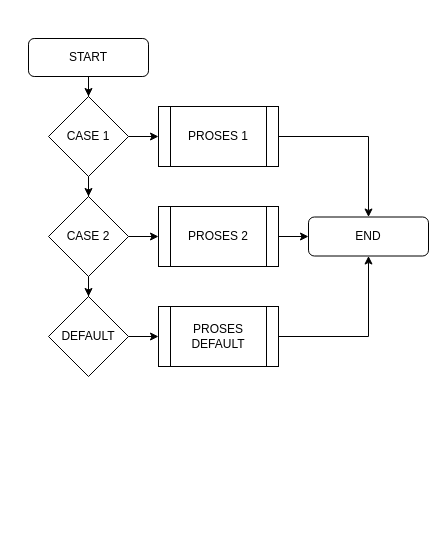
This is Switch Case.drawio from kusmadi/flowchart, a draw.io file, before an edit. Source tidied: cells renumbered, new cells numbered last; positions are measured from the earlier drawing's top-left corner, leaving out a move shared by most shapes. Both pictures are drawn from the tidied source at 100%, with x=0, y=0 at pixel (28, 38).
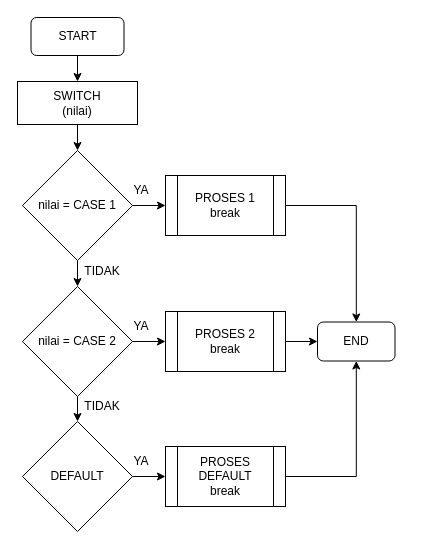
The same diagram, later.

Diff of the diagram source:
```diff
@@
-    <mxCell id="2" style="edgeStyle=orthogonalEdgeStyle;rounded=0;jettySize=auto;html=1;" parent="1" edge="1" source="3" target="6">
-      <mxGeometry relative="1" as="geometry" />
-    </mxCell>
+    <mxCell id="19" style="edgeStyle=orthogonalEdgeStyle;rounded=0;jettySize=auto;html=1;" parent="1" edge="1" source="3" target="26">
+      <mxGeometry relative="1" as="geometry" />
+    </mxCell>
     <mxCell id="3" value="START" style="rounded=1;whiteSpace=wrap;html=1;" parent="1" vertex="1">
-      <mxGeometry width="120" height="38" as="geometry" />
+      <mxGeometry x="2.5" y="-21" width="93" height="38" as="geometry" />
     </mxCell>
@@
-    <mxCell id="6" value="CASE 1" style="rhombus;whiteSpace=wrap;html=1;" parent="1" vertex="1">
-      <mxGeometry x="20" y="58" width="80" height="80" as="geometry" />
+    <mxCell id="6" value="nilai = CASE 1" style="rhombus;whiteSpace=wrap;html=1;rounded=0;sketch=0;shadow=0;" parent="1" vertex="1">
+      <mxGeometry x="-6" y="112" width="110" height="110" as="geometry" />
     </mxCell>
@@
-    <mxCell id="9" value="CASE 2" style="rhombus;whiteSpace=wrap;html=1;" parent="1" vertex="1">
-      <mxGeometry x="20" y="158" width="80" height="80" as="geometry" />
+    <mxCell id="9" value="nilai =&amp;nbsp;CASE 2" style="rhombus;whiteSpace=wrap;html=1;" parent="1" vertex="1">
+      <mxGeometry x="-6" y="248" width="110" height="110" as="geometry" />
     </mxCell>
@@
     <mxCell id="11" value="DEFAULT" style="rhombus;whiteSpace=wrap;html=1;" parent="1" vertex="1">
-      <mxGeometry x="20" y="258" width="80" height="80" as="geometry" />
+      <mxGeometry x="-6" y="383" width="110" height="110" as="geometry" />
     </mxCell>
@@
-    <mxCell id="13" value="PROSES 1" style="shape=process;whiteSpace=wrap;html=1;backgroundOutline=1;" parent="1" vertex="1">
-      <mxGeometry x="130" y="68" width="120" height="60" as="geometry" />
+    <mxCell id="13" value="PROSES 1&lt;br&gt;break" style="shape=process;whiteSpace=wrap;html=1;backgroundOutline=1;" parent="1" vertex="1">
+      <mxGeometry x="137" y="137" width="120" height="60" as="geometry" />
     </mxCell>
@@
-    <mxCell id="15" value="PROSES 2" style="shape=process;whiteSpace=wrap;html=1;backgroundOutline=1;" parent="1" vertex="1">
-      <mxGeometry x="130" y="168" width="120" height="60" as="geometry" />
+    <mxCell id="15" value="PROSES 2&lt;br&gt;break" style="shape=process;whiteSpace=wrap;html=1;backgroundOutline=1;" parent="1" vertex="1">
+      <mxGeometry x="137" y="273" width="120" height="60" as="geometry" />
     </mxCell>
@@
-    <mxCell id="17" value="PROSES DEFAULT" style="shape=process;whiteSpace=wrap;html=1;backgroundOutline=1;" parent="1" vertex="1">
-      <mxGeometry x="130" y="268" width="120" height="60" as="geometry" />
+    <mxCell id="17" value="PROSES DEFAULT&lt;br&gt;break" style="shape=process;whiteSpace=wrap;html=1;backgroundOutline=1;" parent="1" vertex="1">
+      <mxGeometry x="137" y="408" width="120" height="60" as="geometry" />
     </mxCell>
     <mxCell id="18" value="END" style="rounded=1;whiteSpace=wrap;html=1;" parent="1" vertex="1">
-      <mxGeometry x="280" y="178.5" width="120" height="39" as="geometry" />
+      <mxGeometry x="289" y="283.5" width="77.5" height="39" as="geometry" />
     </mxCell>
+    <mxCell id="20" value="YA" style="text;html=1;strokeColor=none;fillColor=none;align=center;verticalAlign=middle;whiteSpace=wrap;rounded=0;" parent="1" vertex="1">
+      <mxGeometry x="83" y="137" width="60" height="30" as="geometry" />
+    </mxCell>
+    <mxCell id="21" value="TIDAK" style="text;html=1;strokeColor=none;fillColor=none;align=center;verticalAlign=middle;whiteSpace=wrap;rounded=0;" parent="1" vertex="1">
+      <mxGeometry x="44" y="218" width="60" height="30" as="geometry" />
+    </mxCell>
+    <mxCell id="22" value="TIDAK" style="text;html=1;strokeColor=none;fillColor=none;align=center;verticalAlign=middle;whiteSpace=wrap;rounded=0;" parent="1" vertex="1">
+      <mxGeometry x="44" y="353" width="60" height="30" as="geometry" />
+    </mxCell>
+    <mxCell id="23" value="YA" style="text;html=1;strokeColor=none;fillColor=none;align=center;verticalAlign=middle;whiteSpace=wrap;rounded=0;" parent="1" vertex="1">
+      <mxGeometry x="83" y="273" width="60" height="30" as="geometry" />
+    </mxCell>
+    <mxCell id="24" value="YA" style="text;html=1;strokeColor=none;fillColor=none;align=center;verticalAlign=middle;whiteSpace=wrap;rounded=0;" parent="1" vertex="1">
+      <mxGeometry x="83" y="408" width="60" height="30" as="geometry" />
+    </mxCell>
+    <mxCell id="25" style="edgeStyle=orthogonalEdgeStyle;rounded=0;jettySize=auto;html=1;" parent="1" edge="1" source="26" target="6">
+      <mxGeometry relative="1" as="geometry" />
+    </mxCell>
+    <mxCell id="26" value="SWITCH&lt;br&gt;(nilai)" style="rounded=0;whiteSpace=wrap;html=1;" parent="1" vertex="1">
+      <mxGeometry x="-11" y="43" width="120" height="43" as="geometry" />
+    </mxCell>
```
